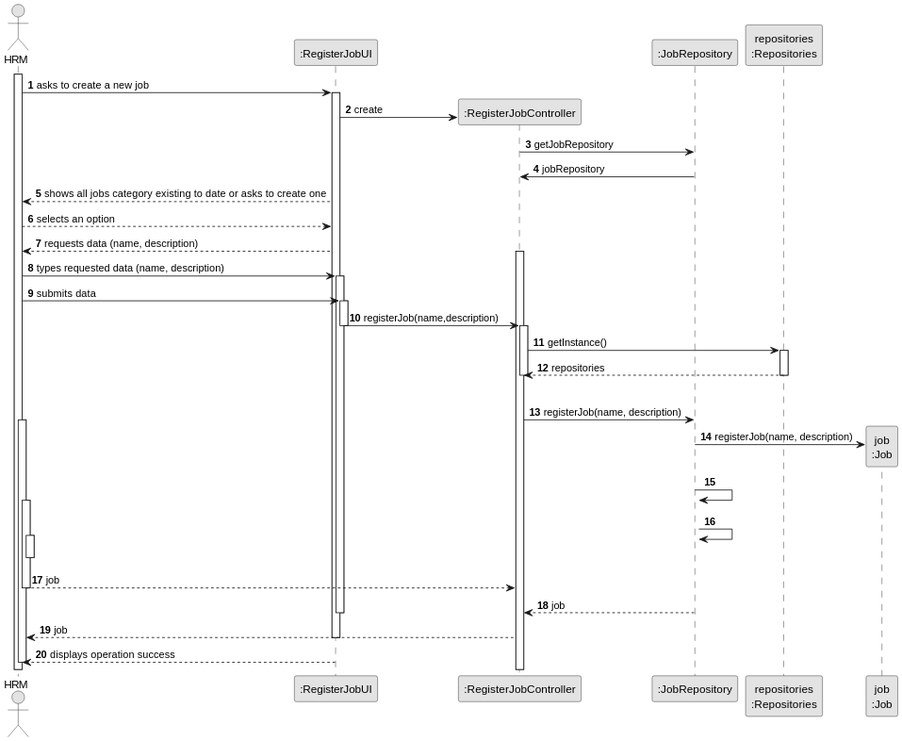
The PlantUML diagram docs/sprintA&B/us002/03.design/svg/us002-sequence-diagram-full.svg in daniel41silva05/ISEP_2023_2024_LAPR2, before a commit.
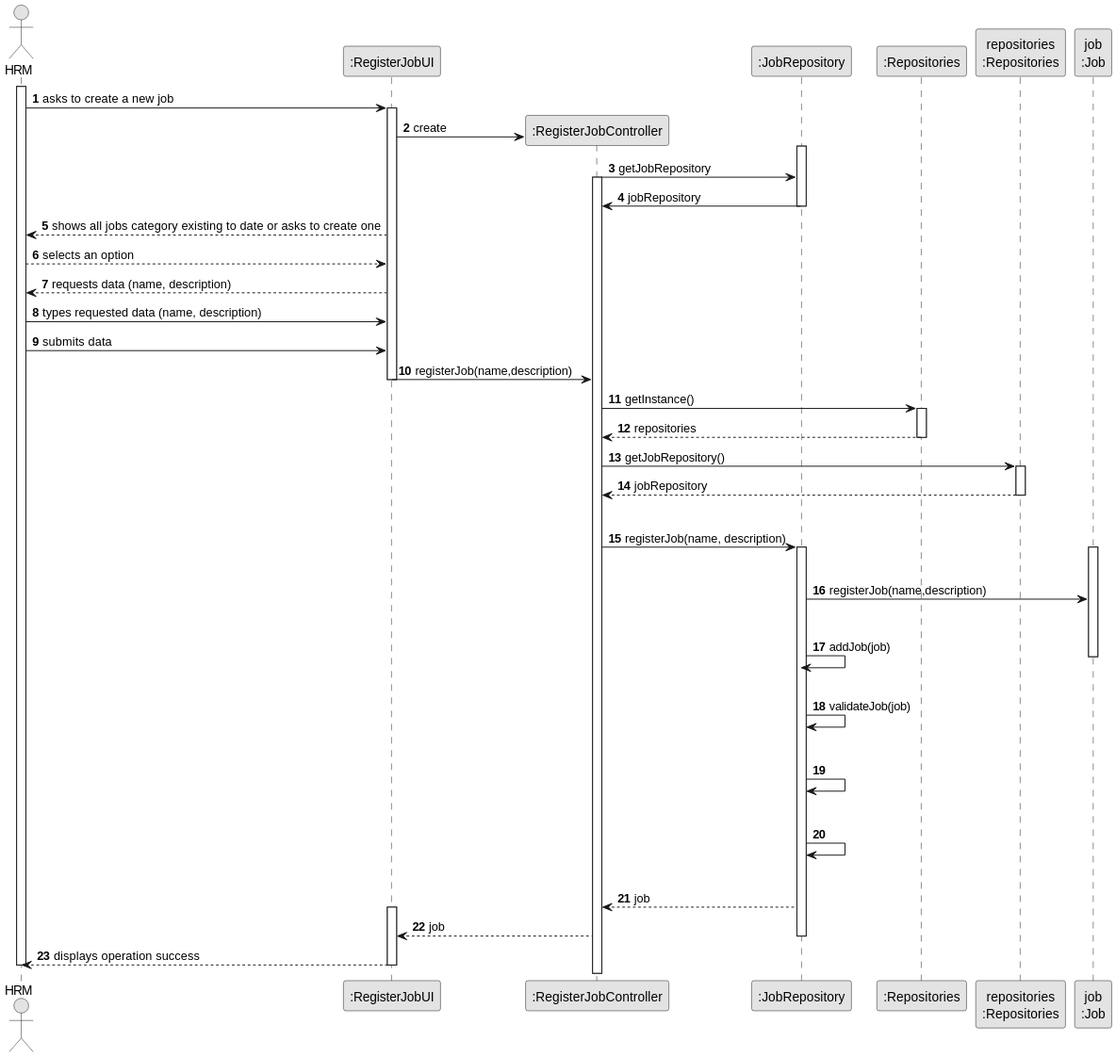
After the commit.

Commit message:
ED-16 Update US002 sequence diagram split

The edit, as a diff of the source:
```diff
@@ -11,8 +11,10 @@
 participant ":RegisterJobUI" as UI
 participant ":RegisterJobController" as CTRL
 participant ":JobRepository" as JOBS
+participant ":Repositories" as REP
 participant "repositories\n:Repositories" as PLAT
 participant "job\n:Job" as JOB
+
 
 activate HRM
 
@@ -23,9 +25,13 @@
             create CTRL
             UI -> CTRL** : create
 
+            activate JOBS
             CTRL -> JOBS : getJobRepository
 
+            activate CTRL
             JOBS -> CTRL : jobRepository
+
+            deactivate JOBS
 
             UI --> HRM : shows all jobs category existing to date or asks to create one
 
@@ -33,53 +39,61 @@
 
             UI --> HRM : requests data (name, description)
 
-            activate CTRL
 
 
     HRM -> UI : types requested data (name, description)
-    activate UI
 
 
     HRM -> UI : submits data
-    activate UI
 
         UI -> CTRL : registerJob(name,description)
-        deactivate UI
-        activate CTRL
 
+            deactivate UI
+                CTRL -> REP : getInstance()
+                activate REP
 
-                CTRL -> PLAT : getInstance()
+                    REP --> CTRL: repositories
+                deactivate REP
+
+                CTRL -> PLAT: getJobRepository()
+
                 activate PLAT
 
-                    PLAT --> CTRL: repositories
+                PLAT --> CTRL: jobRepository
                 deactivate PLAT
-
-            deactivate CTRL
 
 
             |||
             CTRL -> JOBS: registerJob(name, description)
-            activate HRM
+            activate JOBS
 
-                JOBS -> JOB**: registerJob(name, description)
-                JOBS -> JOBS:
+            |||
+
+            activate JOB
+            JOBS -> JOB: registerJob(name,description)
+
+            |||
+
+            JOBS -> JOBS: addJob(job)
+            deactivate JOB
+            |||
+
+            JOBS -> JOBS: validateJob(job)
+            |||
+
+            JOBS -> JOBS
+            |||
+
+            JOBS -> JOBS
+            |||
 
 
-                activate HRM
-                    JOBS -> JOBS
-                    activate HRM
+            JOBS --> CTRL: job
 
-                deactivate HRM
+            activate UI
+            CTRL --> UI: job
 
-                HRM --> CTRL : job
-
-            deactivate HRM
-
-            JOBS --> CTRL: job
-            deactivate UI
-
-            CTRL --> HRM: job
-                        deactivate UI
+            deactivate JOBS
 
 
             UI --> HRM: displays operation success
```
